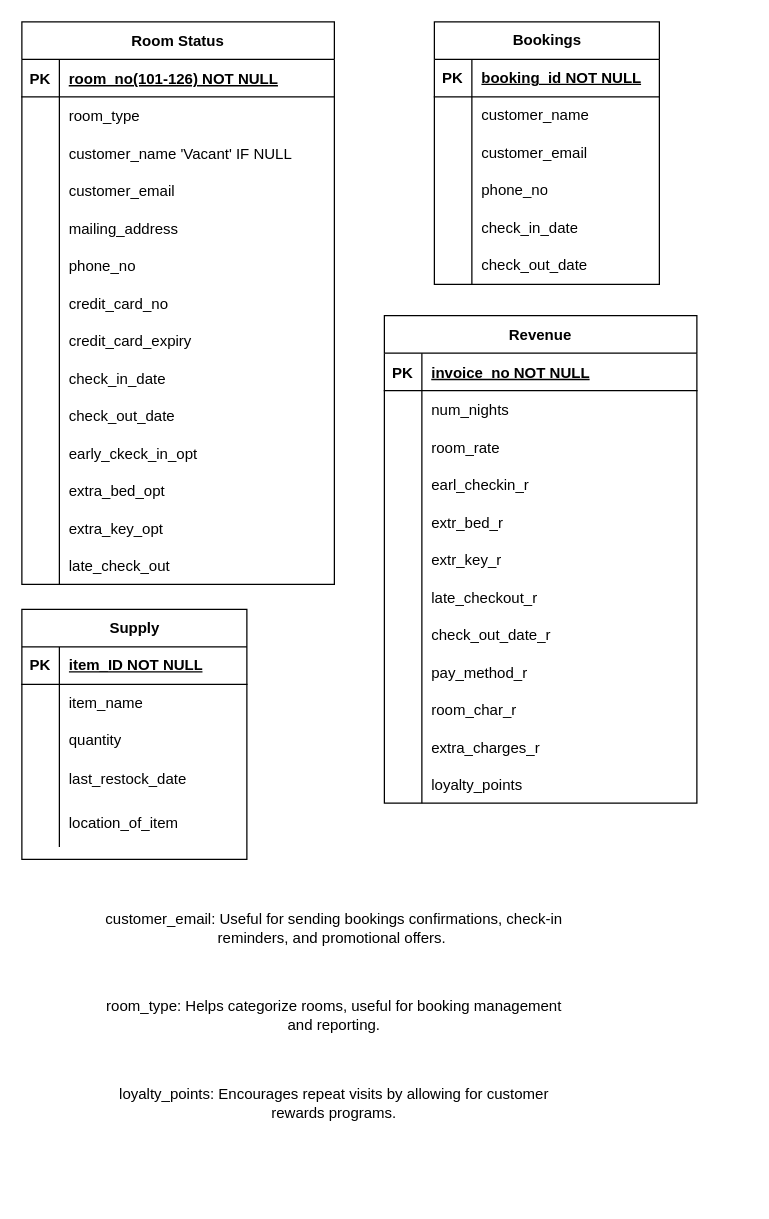
Before: QAP4 SG8 Sleep-Tite Motel/SleepTiteERD.drawio in ZCollier-dev/keyin-qap4-zc, a draw.io diagram. Source tidied: cells renumbered, new cells numbered last; positions are measured from the earlier drawing's top-left corner, leaving out a move shared by most shapes. Both pictures are drawn from the tidied source at 125%, with x=0, y=0 at pixel (21, 21).
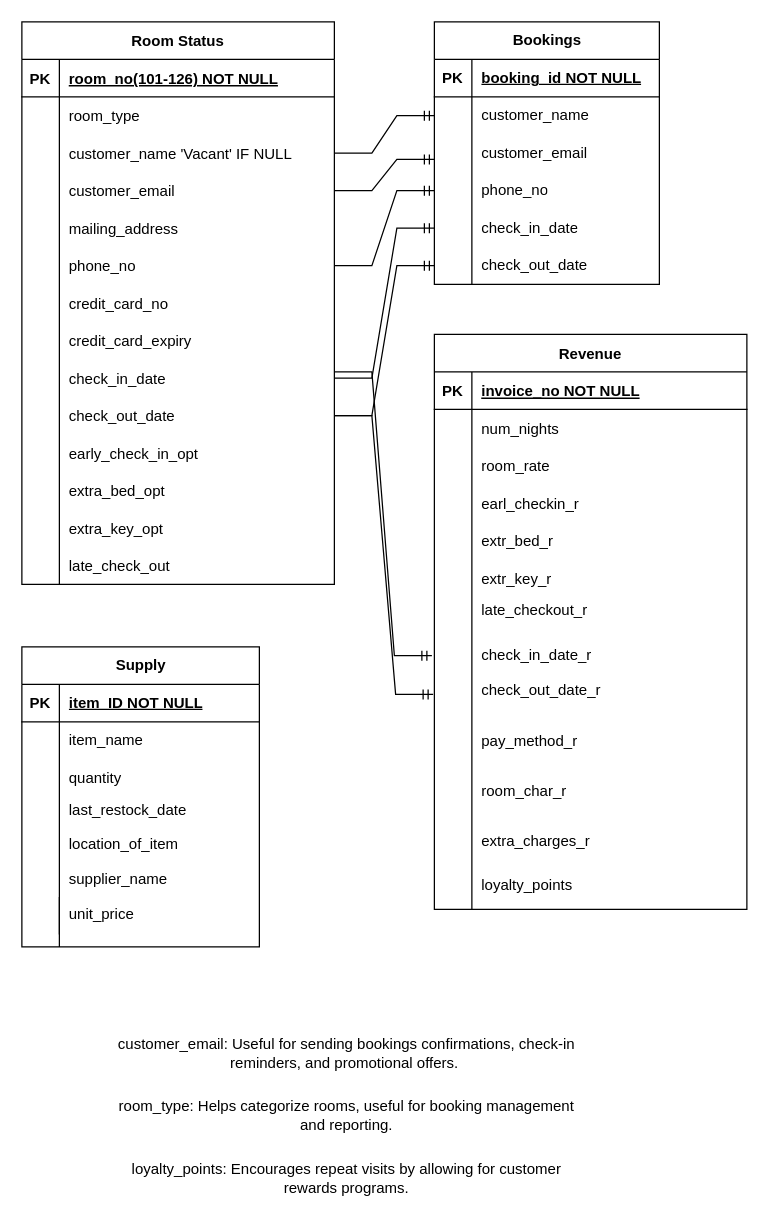
The same page after the edit.

The change refers to these unchanged cells:
```xml
<mxCell id="9" style="shape=partialRectangle;fillColor=none;points=[[0,0.5],[1,0.5]];portConstraint=eastwest;top=0;left=0;right=0;bottom=0;" parent="2" vertex="1">
  <mxGeometry y="90" width="250" height="30" as="geometry" />
</mxCell>
<mxCell id="12" style="shape=partialRectangle;fillColor=none;points=[[0,0.5],[1,0.5]];portConstraint=eastwest;top=0;left=0;right=0;bottom=0;" parent="2" vertex="1">
  <mxGeometry y="120" width="250" height="30" as="geometry" />
</mxCell>
<mxCell id="18" style="shape=partialRectangle;fillColor=none;points=[[0,0.5],[1,0.5]];portConstraint=eastwest;top=0;left=0;right=0;bottom=0;" parent="2" vertex="1">
  <mxGeometry y="180" width="250" height="30" as="geometry" />
</mxCell>
<mxCell id="27" style="shape=partialRectangle;fillColor=none;points=[[0,0.5],[1,0.5]];portConstraint=eastwest;top=0;left=0;right=0;bottom=0;" parent="2" vertex="1">
  <mxGeometry y="270" width="250" height="30" as="geometry" />
</mxCell>
<mxCell id="30" style="shape=partialRectangle;fillColor=none;points=[[0,0.5],[1,0.5]];portConstraint=eastwest;top=0;left=0;right=0;bottom=0;" parent="2" vertex="1">
  <mxGeometry y="300" width="250" height="30" as="geometry" />
</mxCell>
<mxCell id="33" style="shape=partialRectangle;fillColor=none;top=0;left=0;right=0;bottom=0;" parent="2" vertex="1">
  <mxGeometry y="330" width="250" height="30" as="geometry" />
</mxCell>
<mxCell id="58" style="shape=tableRow;horizontal=0;startSize=0;swimlaneHead=0;swimlaneBody=0;fillColor=none;points=[[0,0.5],[1,0.5]];portConstraint=eastwest;top=0;left=0;right=0;bottom=0;" parent="45" vertex="1">
  <mxGeometry y="150" width="180" height="30" as="geometry" />
</mxCell>
<mxCell id="61" style="shape=tableRow;horizontal=0;startSize=0;swimlaneHead=0;swimlaneBody=0;fillColor=none;points=[[0,0.5],[1,0.5]];portConstraint=eastwest;top=0;left=0;right=0;bottom=0;" parent="45" vertex="1">
  <mxGeometry y="180" width="180" height="30" as="geometry" />
</mxCell>
```

Diff of the diagram source:
```diff
@@
-    <mxCell id="35" value="early_ckeck_in_opt" style="shape=partialRectangle;overflow=hidden;fillColor=none;top=0;left=0;bottom=0;right=0;align=left;spacingLeft=6;" parent="33" vertex="1">
+    <mxCell id="35" value="early_check_in_opt" style="shape=partialRectangle;overflow=hidden;fillColor=none;top=0;left=0;bottom=0;right=0;align=left;spacingLeft=6;" parent="33" vertex="1">
       <mxGeometry x="30" width="220" height="30" as="geometry" />
     </mxCell>
@@
     <mxCell id="64" value="Revenue" style="shape=table;startSize=30;childLayout=tableLayout;rowLines=0;fontStyle=1;align=center;" parent="1" vertex="1">
-      <mxGeometry x="290" y="235" width="250" height="390" as="geometry" />
+      <mxGeometry x="330" y="250" width="250" height="460" as="geometry" />
     </mxCell>
@@
     <mxCell id="83" style="shape=partialRectangle;fillColor=none;top=0;left=0;right=0;bottom=0;" parent="64" vertex="1">
-      <mxGeometry y="210" width="250" height="30" as="geometry" />
+      <mxGeometry y="210" width="250" height="20" as="geometry" />
     </mxCell>
     <mxCell id="84" style="shape=partialRectangle;overflow=hidden;fillColor=none;top=0;left=0;bottom=0;right=0;" parent="83" vertex="1">
-      <mxGeometry width="30" height="30" as="geometry" />
+      <mxGeometry width="30" height="20" as="geometry" />
     </mxCell>
     <mxCell id="85" value="late_checkout_r" style="shape=partialRectangle;overflow=hidden;fillColor=none;top=0;left=0;bottom=0;right=0;align=left;spacingLeft=6;" parent="83" vertex="1">
-      <mxGeometry x="30" width="220" height="30" as="geometry" />
+      <mxGeometry x="30" width="220" height="20" as="geometry" />
     </mxCell>
     <mxCell id="86" style="shape=partialRectangle;fillColor=none;points=[[0,0.5],[1,0.5]];portConstraint=eastwest;top=0;left=0;right=0;bottom=0;" parent="64" vertex="1">
-      <mxGeometry y="240" width="250" height="30" as="geometry" />
+      <mxGeometry y="230" width="250" height="80" as="geometry" />
     </mxCell>
     <mxCell id="87" style="shape=partialRectangle;overflow=hidden;fillColor=none;top=0;left=0;bottom=0;right=0;" parent="86" vertex="1">
-      <mxGeometry width="30" height="30" as="geometry" />
+      <mxGeometry width="30" height="80" as="geometry" />
     </mxCell>
-    <mxCell id="88" value="check_out_date_r" style="shape=partialRectangle;overflow=hidden;fillColor=none;top=0;left=0;bottom=0;right=0;align=left;spacingLeft=6;" parent="86" vertex="1">
-      <mxGeometry x="30" width="220" height="30" as="geometry" />
+    <mxCell id="88" value="check_in_date_r&#10;&#10;check_out_date_r" style="shape=partialRectangle;overflow=hidden;fillColor=none;top=0;left=0;bottom=0;right=0;align=left;spacingLeft=6;" parent="86" vertex="1">
+      <mxGeometry x="30" width="220" height="80" as="geometry" />
     </mxCell>
     <mxCell id="89" style="shape=partialRectangle;fillColor=none;top=0;left=0;right=0;bottom=0;" parent="64" vertex="1">
-      <mxGeometry y="270" width="250" height="30" as="geometry" />
+      <mxGeometry y="310" width="250" height="30" as="geometry" />
     </mxCell>
@@
     <mxCell id="92" style="shape=partialRectangle;fillColor=none;top=0;left=0;right=0;bottom=0;" parent="64" vertex="1">
-      <mxGeometry y="300" width="250" height="30" as="geometry" />
+      <mxGeometry y="340" width="250" height="50" as="geometry" />
     </mxCell>
     <mxCell id="93" style="shape=partialRectangle;overflow=hidden;fillColor=none;top=0;left=0;bottom=0;right=0;" parent="92" vertex="1">
-      <mxGeometry width="30" height="30" as="geometry" />
+      <mxGeometry width="30" height="50" as="geometry" />
     </mxCell>
     <mxCell id="94" value="room_char_r" style="shape=partialRectangle;overflow=hidden;fillColor=none;top=0;left=0;bottom=0;right=0;align=left;spacingLeft=6;" parent="92" vertex="1">
-      <mxGeometry x="30" width="220" height="30" as="geometry" />
+      <mxGeometry x="30" width="220" height="50" as="geometry" />
     </mxCell>
     <mxCell id="95" style="shape=partialRectangle;fillColor=none;top=0;left=0;right=0;bottom=0;" parent="64" vertex="1">
-      <mxGeometry y="330" width="250" height="30" as="geometry" />
+      <mxGeometry y="390" width="250" height="30" as="geometry" />
     </mxCell>
@@
     <mxCell id="98" style="shape=partialRectangle;fillColor=none;top=0;left=0;right=0;bottom=0;" parent="64" vertex="1">
-      <mxGeometry y="360" width="250" height="30" as="geometry" />
+      <mxGeometry y="420" width="250" height="40" as="geometry" />
     </mxCell>
     <mxCell id="99" style="shape=partialRectangle;overflow=hidden;fillColor=none;top=0;left=0;bottom=0;right=0;" parent="98" vertex="1">
-      <mxGeometry width="30" height="30" as="geometry" />
+      <mxGeometry width="30" height="40" as="geometry" />
     </mxCell>
     <mxCell id="100" value="loyalty_points" style="shape=partialRectangle;overflow=hidden;fillColor=none;top=0;left=0;bottom=0;right=0;align=left;spacingLeft=6;" parent="98" vertex="1">
-      <mxGeometry x="30" width="220" height="30" as="geometry" />
+      <mxGeometry x="30" width="220" height="40" as="geometry" />
     </mxCell>
     <mxCell id="101" value="Supply" style="shape=table;startSize=30;childLayout=tableLayout;rowLines=0;fontStyle=1;align=center;html=1;" parent="1" vertex="1">
-      <mxGeometry y="470" width="180" height="200" as="geometry" />
+      <mxGeometry y="500" width="190" height="240" as="geometry" />
     </mxCell>
     <mxCell id="102" style="shape=tableRow;horizontal=0;startSize=0;swimlaneHead=0;swimlaneBody=0;fillColor=none;top=0;left=0;right=0;bottom=1;" parent="101" vertex="1">
-      <mxGeometry y="30" width="180" height="30" as="geometry" />
+      <mxGeometry y="30" width="190" height="30" as="geometry" />
     </mxCell>
@@
     <mxCell id="104" value="item_ID NOT NULL" style="shape=partialRectangle;fillColor=none;top=0;left=0;bottom=0;right=0;align=left;spacingLeft=6;fontStyle=5;overflow=hidden;whiteSpace=wrap;html=1;" parent="102" vertex="1">
-      <mxGeometry x="30" width="150" height="30" as="geometry" />
+      <mxGeometry x="30" width="160" height="30" as="geometry" />
     </mxCell>
     <mxCell id="105" style="shape=tableRow;horizontal=0;startSize=0;swimlaneHead=0;swimlaneBody=0;fillColor=none;top=0;left=0;right=0;bottom=0;" parent="101" vertex="1">
-      <mxGeometry y="60" width="180" height="30" as="geometry" />
+      <mxGeometry y="60" width="190" height="30" as="geometry" />
     </mxCell>
@@
     <mxCell id="107" value="item_name" style="shape=partialRectangle;fillColor=none;top=0;left=0;bottom=0;right=0;align=left;spacingLeft=6;overflow=hidden;whiteSpace=wrap;html=1;" parent="105" vertex="1">
-      <mxGeometry x="30" width="150" height="30" as="geometry" />
+      <mxGeometry x="30" width="160" height="30" as="geometry" />
     </mxCell>
     <mxCell id="108" style="shape=tableRow;horizontal=0;startSize=0;swimlaneHead=0;swimlaneBody=0;fillColor=none;top=0;left=0;right=0;bottom=0;" parent="101" vertex="1">
-      <mxGeometry y="90" width="180" height="30" as="geometry" />
+      <mxGeometry y="90" width="190" height="30" as="geometry" />
     </mxCell>
@@
     <mxCell id="110" value="quantity" style="shape=partialRectangle;fillColor=none;top=0;left=0;bottom=0;right=0;align=left;spacingLeft=6;overflow=hidden;whiteSpace=wrap;html=1;" parent="108" vertex="1">
-      <mxGeometry x="30" width="150" height="30" as="geometry" />
+      <mxGeometry x="30" width="160" height="30" as="geometry" />
     </mxCell>
     <mxCell id="111" style="shape=tableRow;horizontal=0;startSize=0;swimlaneHead=0;swimlaneBody=0;fillColor=none;top=0;left=0;right=0;bottom=0;" parent="101" vertex="1">
-      <mxGeometry y="120" width="180" height="30" as="geometry" />
+      <mxGeometry y="120" width="190" height="20" as="geometry" />
     </mxCell>
     <mxCell id="112" style="shape=partialRectangle;fillColor=none;top=0;left=0;bottom=0;right=0;overflow=hidden;" parent="111" vertex="1">
-      <mxGeometry width="30" height="30" as="geometry" />
+      <mxGeometry width="30" height="20" as="geometry" />
     </mxCell>
     <mxCell id="113" value="last_restock_date" style="shape=partialRectangle;fillColor=none;top=0;left=0;bottom=0;right=0;align=left;spacingLeft=6;overflow=hidden;" parent="111" vertex="1">
-      <mxGeometry x="30" width="150" height="30" as="geometry" />
+      <mxGeometry x="30" width="160" height="20" as="geometry" />
     </mxCell>
     <mxCell id="114" style="shape=tableRow;horizontal=0;startSize=0;swimlaneHead=0;swimlaneBody=0;fillColor=none;top=0;left=0;right=0;bottom=0;" parent="101" vertex="1">
-      <mxGeometry y="150" width="180" height="40" as="geometry" />
+      <mxGeometry y="140" width="190" height="90" as="geometry" />
     </mxCell>
     <mxCell id="115" style="shape=partialRectangle;fillColor=none;top=0;left=0;bottom=0;right=0;overflow=hidden;" parent="114" vertex="1">
-      <mxGeometry width="30" height="40" as="geometry" />
+      <mxGeometry width="30" height="90" as="geometry" />
     </mxCell>
-    <mxCell id="116" value="location_of_item" style="shape=partialRectangle;fillColor=none;top=0;left=0;bottom=0;right=0;align=left;spacingLeft=6;overflow=hidden;" parent="114" vertex="1">
-      <mxGeometry x="30" width="150" height="40" as="geometry" />
+    <mxCell id="116" value="location_of_item&#10;&#10;supplier_name&#10;&#10;unit_price" style="shape=partialRectangle;fillColor=none;top=0;left=0;bottom=0;right=0;align=left;spacingLeft=6;overflow=hidden;" parent="114" vertex="1">
+      <mxGeometry x="30" width="160" height="90" as="geometry" />
     </mxCell>
     <mxCell id="117" value="customer_email: Useful for sending bookings confirmations, check-in reminders, and promotional offers.&amp;nbsp;" style="text;html=1;strokeColor=none;fillColor=none;align=center;verticalAlign=middle;whiteSpace=wrap;rounded=0;" parent="1" vertex="1">
-      <mxGeometry x="60" y="710" width="380" height="30" as="geometry" />
+      <mxGeometry x="70" y="810" width="380" height="30" as="geometry" />
     </mxCell>
     <mxCell id="118" value="room_type: Helps categorize rooms, useful for booking management and reporting." style="text;html=1;strokeColor=none;fillColor=none;align=center;verticalAlign=middle;whiteSpace=wrap;rounded=0;" parent="1" vertex="1">
-      <mxGeometry x="60" y="780" width="380" height="30" as="geometry" />
+      <mxGeometry x="70" y="860" width="380" height="30" as="geometry" />
     </mxCell>
     <mxCell id="119" value="loyalty_points: Encourages repeat visits by allowing for customer rewards programs." style="text;html=1;strokeColor=none;fillColor=none;align=center;verticalAlign=middle;whiteSpace=wrap;rounded=0;" parent="1" vertex="1">
-      <mxGeometry x="60" y="850" width="380" height="30" as="geometry" />
+      <mxGeometry x="70" y="910" width="380" height="30" as="geometry" />
     </mxCell>
+    <mxCell id="120" style="endArrow=none;html=1;rounded=0;" parent="1" edge="1">
+      <mxGeometry relative="1" as="geometry">
+        <mxPoint x="30" y="740" as="sourcePoint" />
+        <mxPoint x="30" y="700" as="targetPoint" />
+      </mxGeometry>
+    </mxCell>
+    <mxCell id="121" style="edgeStyle=entityRelationEdgeStyle;fontSize=12;html=1;endArrow=ERmandOne;rounded=0;exitX=1;exitY=0.5;exitDx=0;exitDy=0;entryX=0;entryY=0.5;entryDx=0;entryDy=0;" parent="1" edge="1" source="27" target="58">
+      <mxGeometry relative="1" as="geometry">
+        <Array as="points">
+          <mxPoint x="270" y="280" />
+        </Array>
+      </mxGeometry>
+    </mxCell>
+    <mxCell id="122" style="edgeStyle=entityRelationEdgeStyle;fontSize=12;html=1;endArrow=ERmandOne;rounded=0;entryX=0;entryY=0.5;entryDx=0;entryDy=0;exitX=1;exitY=0.5;exitDx=0;exitDy=0;" parent="1" edge="1" source="30" target="61">
+      <mxGeometry relative="1" as="geometry" />
+    </mxCell>
+    <mxCell id="123" style="edgeStyle=entityRelationEdgeStyle;fontSize=12;html=1;endArrow=ERmandOne;rounded=0;exitX=1;exitY=0.5;exitDx=0;exitDy=0;" parent="1" edge="1" source="9">
+      <mxGeometry relative="1" as="geometry">
+        <mxPoint x="330" y="75" as="targetPoint" />
+      </mxGeometry>
+    </mxCell>
+    <mxCell id="124" style="edgeStyle=entityRelationEdgeStyle;fontSize=12;html=1;endArrow=ERmandOne;rounded=0;exitX=1;exitY=0.5;exitDx=0;exitDy=0;" parent="1" edge="1" source="12">
+      <mxGeometry relative="1" as="geometry">
+        <mxPoint x="330" y="110" as="targetPoint" />
+      </mxGeometry>
+    </mxCell>
+    <mxCell id="125" style="edgeStyle=entityRelationEdgeStyle;fontSize=12;html=1;endArrow=ERmandOne;rounded=0;exitX=1;exitY=0.5;exitDx=0;exitDy=0;" parent="1" edge="1" source="18">
+      <mxGeometry relative="1" as="geometry">
+        <mxPoint x="330" y="135" as="targetPoint" />
+      </mxGeometry>
+    </mxCell>
+    <mxCell id="126" style="edgeStyle=entityRelationEdgeStyle;fontSize=12;html=1;endArrow=ERmandOne;rounded=0;entryX=-0.008;entryY=0.338;entryDx=0;entryDy=0;entryPerimeter=0;" parent="1" edge="1" target="86">
+      <mxGeometry relative="1" as="geometry">
+        <mxPoint x="250" y="280" as="sourcePoint" />
+      </mxGeometry>
+    </mxCell>
+    <mxCell id="127" style="edgeStyle=entityRelationEdgeStyle;fontSize=12;html=1;endArrow=ERmandOne;rounded=0;exitX=1;exitY=0.5;exitDx=0;exitDy=0;entryX=-0.004;entryY=0.725;entryDx=0;entryDy=0;entryPerimeter=0;" parent="1" edge="1" source="30" target="86">
+      <mxGeometry relative="1" as="geometry">
+        <Array as="points">
+          <mxPoint x="310" y="530" />
+          <mxPoint x="310" y="570" />
+        </Array>
+      </mxGeometry>
+    </mxCell>
```
